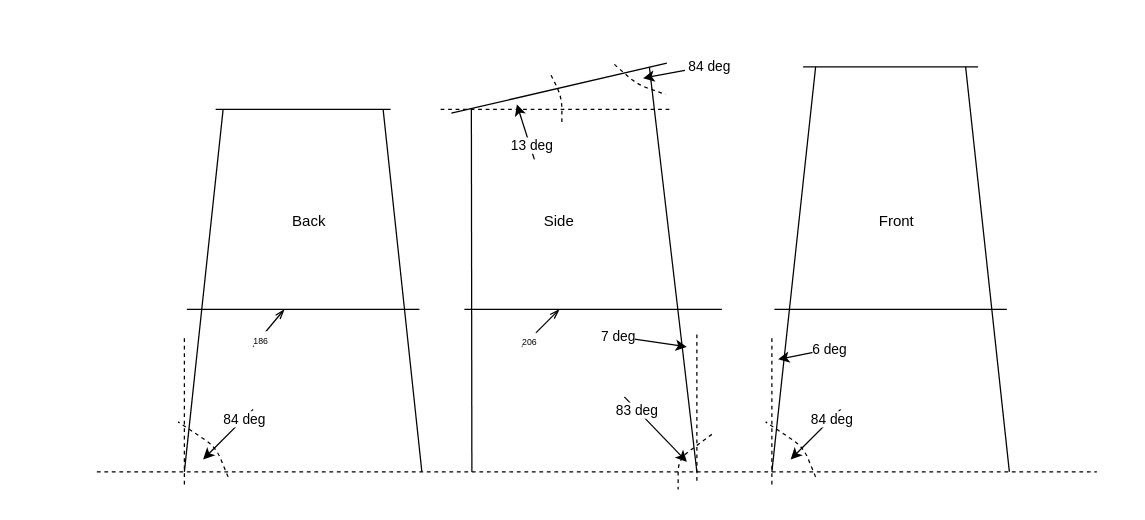
This is lifeguard_chair.drawio from pderoxas/draw.io, a draw.io file, before an edit. Source tidied: cells renumbered, new cells numbered last; positions are measured from the earlier drawing's top-left corner, leaving out a move shared by most shapes. Both pictures are drawn from the tidied source at 125%, with x=0, y=0 at pixel (96, 62).
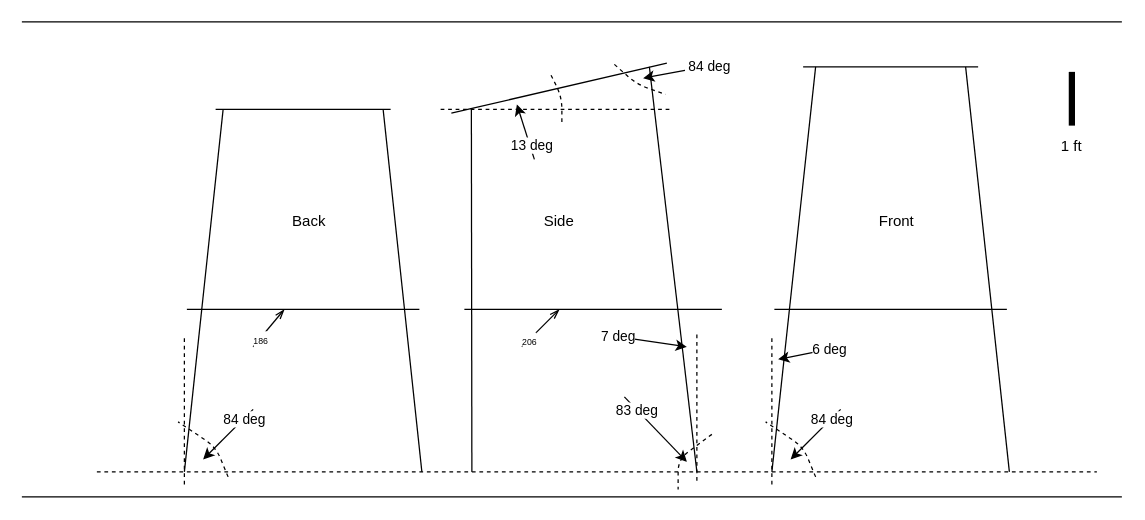
The same page after the edit.

Diff of the diagram source:
```diff
@@
+    <mxCell id="45" style="endArrow=none;html=1;strokeWidth=5;" parent="1" edge="1">
+      <mxGeometry relative="1" as="geometry">
+        <mxPoint x="780" y="50" as="sourcePoint" />
+        <mxPoint x="780" y="7" as="targetPoint" />
+      </mxGeometry>
+    </mxCell>
+    <mxCell id="46" style="endArrow=none;html=1;" parent="1" edge="1">
+      <mxGeometry relative="1" as="geometry">
+        <mxPoint x="-60" y="-33" as="sourcePoint" />
+        <mxPoint x="820" y="-33" as="targetPoint" />
+      </mxGeometry>
+    </mxCell>
+    <mxCell id="47" style="endArrow=none;html=1;" parent="1" edge="1">
+      <mxGeometry relative="1" as="geometry">
+        <mxPoint x="-60" y="347" as="sourcePoint" />
+        <mxPoint x="820" y="347" as="targetPoint" />
+      </mxGeometry>
+    </mxCell>
+    <mxCell id="48" value="1 ft" style="text;html=1;strokeColor=none;fillColor=none;align=center;verticalAlign=middle;whiteSpace=wrap;rounded=0;" parent="1" vertex="1">
+      <mxGeometry x="760" y="57" width="40" height="20" as="geometry" />
+    </mxCell>
```
